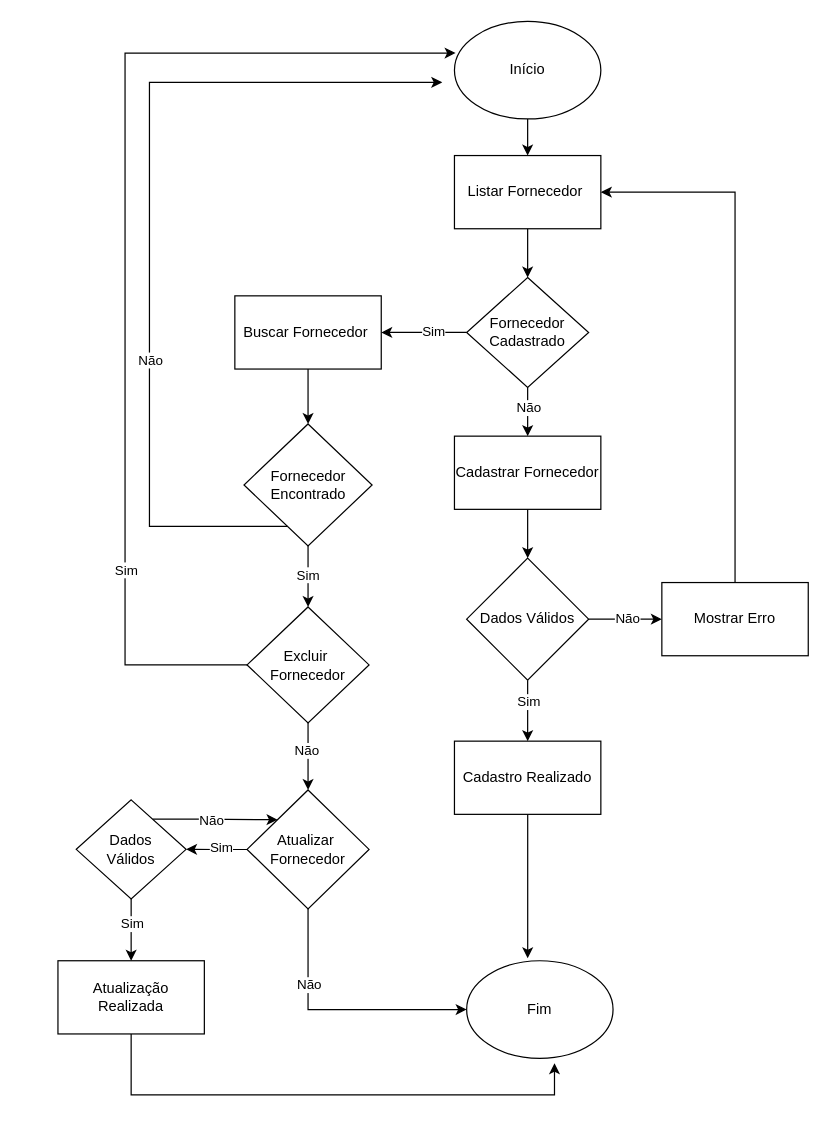
Before: page "Página-1" (1 of 9) of DOC/fluxograma.drawio in rafaelareisilva/avatar.app, a draw.io diagram. Source tidied: cells renumbered, new cells numbered last; positions are measured from the earlier drawing's top-left corner, leaving out a move shared by most shapes. Both pictures are drawn from the tidied source at 122%, with x=0, y=0 at pixel (57, 21).
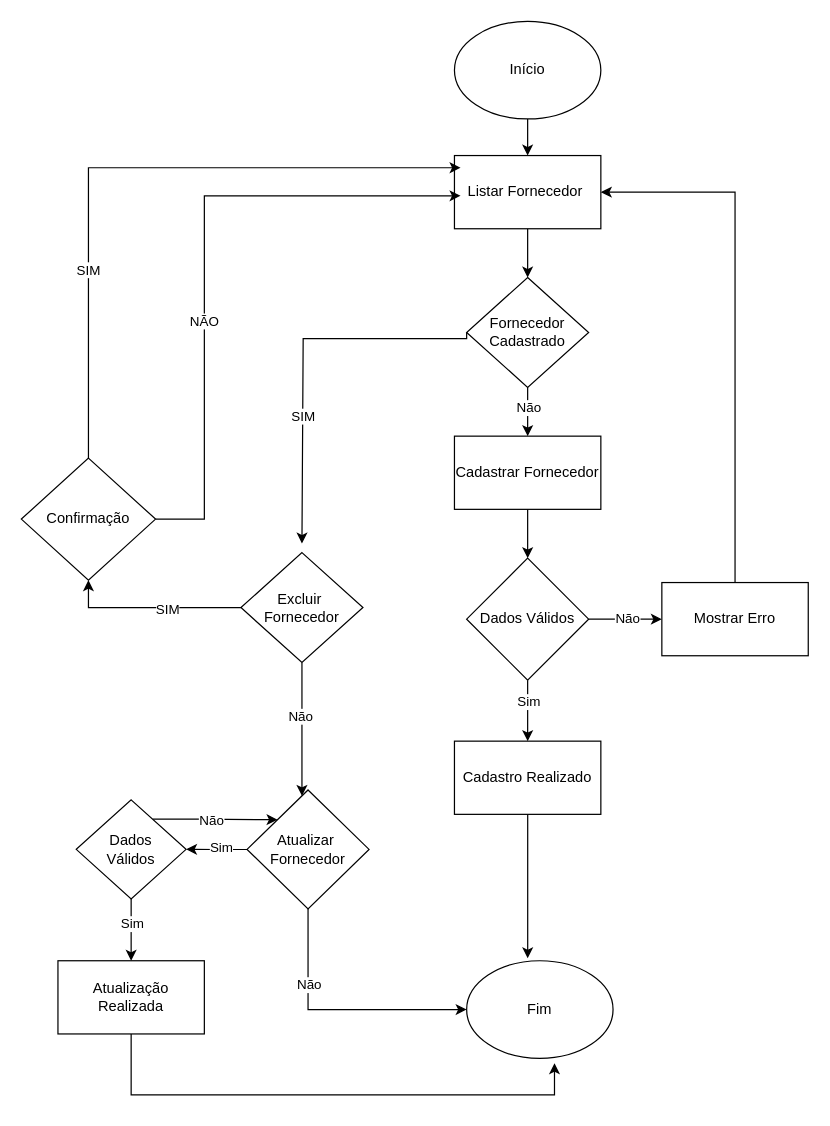
The same page after the edit.

Unchanged cells that the change refers to:
```xml
<mxCell id="3" value="Início" style="ellipse;whiteSpace=wrap;html=1;" parent="1" vertex="1">
  <mxGeometry x="325" width="120" height="80" as="geometry" />
</mxCell>
<mxCell id="10" value="Fornecedor&lt;div&gt;Cadastrado&lt;/div&gt;" style="rhombus;whiteSpace=wrap;html=1;" parent="1" vertex="1">
  <mxGeometry x="335" y="210" width="100" height="90" as="geometry" />
</mxCell>
<mxCell id="38" value="Atualizar&amp;nbsp;&lt;div&gt;Fornecedor&lt;/div&gt;" style="rhombus;whiteSpace=wrap;html=1;" parent="1" vertex="1">
  <mxGeometry x="155" y="630" width="100" height="97.5" as="geometry" />
</mxCell>
```

Diff of the diagram source:
```diff
@@
-    <mxCell id="6" style="edgeStyle=orthogonalEdgeStyle;rounded=0;jettySize=auto;html=1;" parent="1" edge="1" source="10" target="12">
-      <mxGeometry relative="1" as="geometry" />
-    </mxCell>
-    <mxCell id="7" value="Sim" style="edgeLabel;html=1;align=center;verticalAlign=middle;" parent="6" vertex="1">
-      <mxGeometry x="-0.2" y="-2" relative="1" as="geometry" />
-    </mxCell>
@@
-    <mxCell id="11" style="edgeStyle=orthogonalEdgeStyle;rounded=0;jettySize=auto;html=1;" parent="1" edge="1" source="12" target="26">
-      <mxGeometry relative="1" as="geometry" />
-    </mxCell>
-    <mxCell id="12" value="Buscar Fornecedor&amp;nbsp;" style="whiteSpace=wrap;html=1;" parent="1" vertex="1">
-      <mxGeometry x="145" y="225" width="120" height="60" as="geometry" />
-    </mxCell>
@@
-    <mxCell id="24" style="edgeStyle=orthogonalEdgeStyle;rounded=0;jettySize=auto;html=1;" parent="1" edge="1" source="26" target="31">
-      <mxGeometry relative="1" as="geometry" />
-    </mxCell>
-    <mxCell id="25" value="Sim" style="edgeLabel;html=1;align=center;verticalAlign=middle;" parent="24" vertex="1">
-      <mxGeometry x="-0.09" y="-1" relative="1" as="geometry" />
-    </mxCell>
-    <mxCell id="26" value="Fornecedor&lt;div&gt;Encontrado&lt;/div&gt;" style="rhombus;whiteSpace=wrap;html=1;" parent="1" vertex="1">
-      <mxGeometry x="152.5" y="330" width="105" height="100" as="geometry" />
-    </mxCell>
-    <mxCell id="27" style="edgeStyle=orthogonalEdgeStyle;rounded=0;jettySize=auto;html=1;" parent="1" edge="1" source="26">
-      <mxGeometry relative="1" as="geometry">
-        <mxPoint x="315" y="50" as="targetPoint" />
-        <Array as="points">
-          <mxPoint x="75" y="414" />
-          <mxPoint x="75" y="50" />
-        </Array>
-      </mxGeometry>
-    </mxCell>
-    <mxCell id="28" value="Não" style="edgeLabel;html=1;align=center;verticalAlign=middle;" parent="27" vertex="1">
-      <mxGeometry x="-0.3" relative="1" as="geometry">
-        <mxPoint y="1" as="offset" />
-      </mxGeometry>
-    </mxCell>
-    <mxCell id="29" style="edgeStyle=orthogonalEdgeStyle;rounded=0;jettySize=auto;html=1;" parent="1" edge="1" source="31" target="38">
-      <mxGeometry relative="1" as="geometry" />
+    <mxCell id="29" style="edgeStyle=orthogonalEdgeStyle;rounded=0;jettySize=auto;html=1;exitX=0.5;exitY=1;exitDx=0;exitDy=0;" parent="1" edge="1" source="31" target="38">
+      <mxGeometry relative="1" as="geometry">
+        <Array as="points">
+          <mxPoint x="200" y="600" />
+          <mxPoint x="200" y="600" />
+        </Array>
+      </mxGeometry>
     </mxCell>
@@
-    <mxCell id="31" value="Excluir&amp;nbsp;&lt;div&gt;Fornecedor&lt;/div&gt;" style="rhombus;whiteSpace=wrap;html=1;" parent="1" vertex="1">
-      <mxGeometry x="155" y="480" width="100" height="95" as="geometry" />
-    </mxCell>
-    <mxCell id="32" style="edgeStyle=orthogonalEdgeStyle;rounded=0;jettySize=auto;html=1;entryX=0.008;entryY=0.325;entryDx=0;entryDy=0;entryPerimeter=0;" parent="1" edge="1" source="31" target="3">
-      <mxGeometry relative="1" as="geometry">
-        <Array as="points">
-          <mxPoint x="55" y="528" />
-          <mxPoint x="55" y="26" />
-        </Array>
-      </mxGeometry>
-    </mxCell>
-    <mxCell id="33" value="Sim" style="edgeLabel;html=1;align=center;verticalAlign=middle;" parent="32" vertex="1">
-      <mxGeometry x="-0.59" relative="1" as="geometry">
-        <mxPoint y="1" as="offset" />
-      </mxGeometry>
-    </mxCell>
@@
+    <mxCell id="47" style="edgeStyle=orthogonalEdgeStyle;rounded=0;jettySize=auto;html=1;exitX=0;exitY=0.5;exitDx=0;exitDy=0;" parent="1" edge="1" source="10">
+      <mxGeometry relative="1" as="geometry">
+        <mxPoint x="200" y="428" as="targetPoint" />
+        <Array as="points">
+          <mxPoint x="335" y="260" />
+          <mxPoint x="201" y="260" />
+        </Array>
+      </mxGeometry>
+    </mxCell>
+    <mxCell id="48" value="SIM" style="edgeLabel;html=1;align=center;verticalAlign=middle;" parent="47" vertex="1">
+      <mxGeometry x="0.32" relative="1" as="geometry" />
+    </mxCell>
+    <mxCell id="49" style="edgeStyle=orthogonalEdgeStyle;rounded=0;jettySize=auto;html=1;entryX=0.5;entryY=1;entryDx=0;entryDy=0;" parent="1" edge="1" source="31" target="53">
+      <mxGeometry relative="1" as="geometry" />
+    </mxCell>
+    <mxCell id="50" value="SIM" style="edgeLabel;html=1;align=center;verticalAlign=middle;" parent="49" vertex="1">
+      <mxGeometry x="-0.17" y="1" relative="1" as="geometry" />
+    </mxCell>
+    <mxCell id="31" value="Excluir&amp;nbsp;&lt;div&gt;Fornecedor&lt;/div&gt;" style="rhombus;whiteSpace=wrap;html=1;" parent="1" vertex="1">
+      <mxGeometry x="150" y="435.5" width="100" height="90" as="geometry" />
+    </mxCell>
+    <mxCell id="51" style="edgeStyle=orthogonalEdgeStyle;rounded=0;jettySize=auto;html=1;entryX=0;entryY=0.75;entryDx=0;entryDy=0;" parent="1" edge="1" source="53">
+      <mxGeometry relative="1" as="geometry">
+        <mxPoint x="330" y="143" as="targetPoint" />
+        <Array as="points">
+          <mxPoint x="120" y="408" />
+          <mxPoint x="120" y="143" />
+        </Array>
+      </mxGeometry>
+    </mxCell>
+    <mxCell id="52" value="NÃO" style="edgeLabel;html=1;align=center;verticalAlign=middle;" parent="51" vertex="1">
+      <mxGeometry x="-0.21" y="1" relative="1" as="geometry" />
+    </mxCell>
+    <mxCell id="53" value="Confirmação" style="rhombus;whiteSpace=wrap;html=1;" parent="1" vertex="1">
+      <mxGeometry x="-30" y="358" width="110" height="100" as="geometry" />
+    </mxCell>
+    <mxCell id="54" style="edgeStyle=orthogonalEdgeStyle;rounded=0;jettySize=auto;html=1;entryX=0;entryY=0.367;entryDx=0;entryDy=0;entryPerimeter=0;" parent="1" edge="1" source="53">
+      <mxGeometry relative="1" as="geometry">
+        <mxPoint x="330" y="120" as="targetPoint" />
+        <Array as="points">
+          <mxPoint x="25" y="120" />
+        </Array>
+      </mxGeometry>
+    </mxCell>
+    <mxCell id="55" value="SIM" style="edgeLabel;html=1;align=center;verticalAlign=middle;" parent="54" vertex="1">
+      <mxGeometry x="-0.43" y="1" relative="1" as="geometry" />
+    </mxCell>
```
